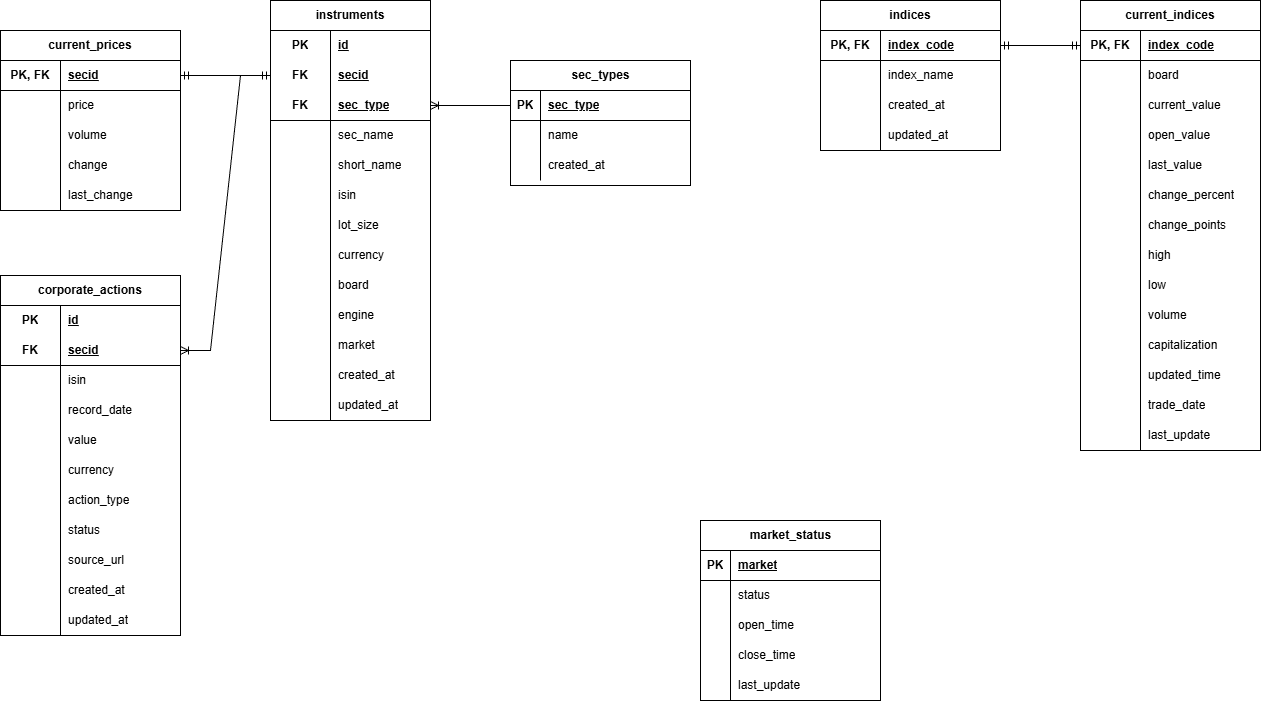
AntonDubrovin/HSE_MOEX_Diplom keeps this draw.io diagram as docs/db/OLTP.drawio.png. Above is the earlier version. Source tidied: cells renumbered, new cells last; positions are measured from the earlier drawing's top-left corner, leaving out a move shared by most shapes.
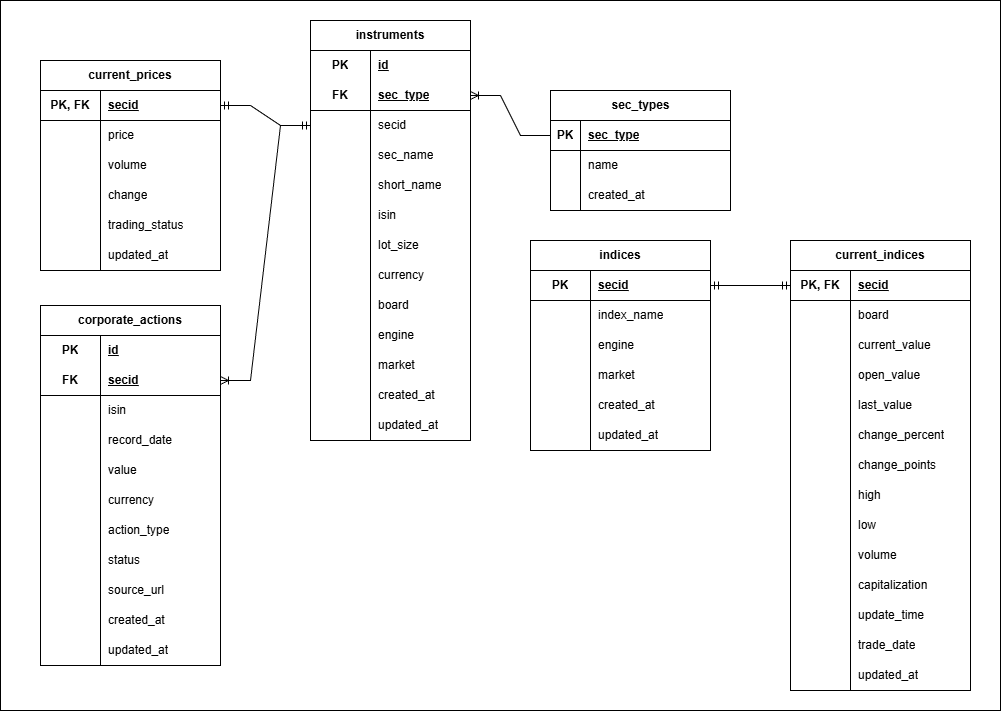
The same diagram one commit later.

What changed in the source:
```diff
@@ -4,4 +4,7 @@
     <mxCell id="1" parent="0" />
+    <mxCell id="178" style="rounded=0;whiteSpace=wrap;html=1;" parent="1" vertex="1">
+      <mxGeometry x="-40" y="-30" width="1000" height="710" as="geometry" />
+    </mxCell>
     <mxCell id="2" value="sec_types" style="shape=table;startSize=30;rowLines=0;fontStyle=1;align=center;html=1;" parent="1" vertex="1">
-      <mxGeometry x="510" y="60" width="180" height="125" as="geometry" />
+      <mxGeometry x="510" y="60" width="180" height="120" as="geometry" />
     </mxCell>
@@ -25,9 +28,9 @@
     </mxCell>
-    <mxCell id="9" style="shape=tableRow;horizontal=0;startSize=0;swimlaneHead=0;swimlaneBody=0;fillColor=none;top=0;left=0;right=0;bottom=0;" parent="2" vertex="1">
-      <mxGeometry y="90" width="180" height="30" as="geometry" />
-    </mxCell>
-    <mxCell id="10" style="shape=partialRectangle;fillColor=none;top=0;left=0;bottom=0;right=0;overflow=hidden;whiteSpace=wrap;html=1;" parent="9" vertex="1">
-      <mxGeometry width="30" height="30" as="geometry" />
-    </mxCell>
+    <mxCell id="179" style="shape=tableRow;horizontal=0;startSize=0;swimlaneHead=0;swimlaneBody=0;fillColor=none;top=0;left=0;right=0;bottom=0;" parent="2" vertex="1">
+      <mxGeometry y="90" width="180" height="30" as="geometry" />
+    </mxCell>
+    <mxCell id="180" style="shape=partialRectangle;fillColor=none;top=0;left=0;bottom=0;right=0;overflow=hidden;whiteSpace=wrap;html=1;" parent="179" vertex="1">
+      <mxGeometry width="30" height="30" as="geometry" />
+    </mxCell>
-    <mxCell id="11" value="created_at" style="shape=partialRectangle;fillColor=none;top=0;left=0;bottom=0;right=0;align=left;spacingLeft=6;overflow=hidden;whiteSpace=wrap;html=1;" parent="9" vertex="1">
+    <mxCell id="11" value="created_at" style="shape=partialRectangle;fillColor=none;top=0;left=0;bottom=0;right=0;align=left;spacingLeft=6;overflow=hidden;whiteSpace=wrap;html=1;" parent="179" vertex="1">
       <mxGeometry x="30" width="150" height="30" as="geometry" />
@@ -35,3 +38,3 @@
     <mxCell id="12" value="instruments" style="shape=table;startSize=30;rowLines=0;fontStyle=1;align=center;html=1;whiteSpace=wrap;" parent="1" vertex="1">
-      <mxGeometry x="270" width="160" height="420" as="geometry" />
+      <mxGeometry x="270" y="-10" width="160" height="420" as="geometry" />
     </mxCell>
@@ -46,13 +49,4 @@
     </mxCell>
-    <mxCell id="16" style="shape=tableRow;horizontal=0;startSize=0;swimlaneHead=0;swimlaneBody=0;fillColor=none;points=[[0,0.5],[1,0.5]];portConstraint=eastwest;top=0;left=0;right=0;bottom=0;html=1;" parent="12" vertex="1">
-      <mxGeometry y="60" width="160" height="30" as="geometry" />
-    </mxCell>
-    <mxCell id="17" value="FK" style="shape=partialRectangle;fillColor=none;top=0;left=0;bottom=0;right=0;fontStyle=1;overflow=hidden;html=1;whiteSpace=wrap;" parent="16" vertex="1">
-      <mxGeometry width="60" height="30" as="geometry" />
-    </mxCell>
-    <mxCell id="18" value="secid" style="shape=partialRectangle;fillColor=none;top=0;left=0;bottom=0;right=0;align=left;spacingLeft=6;fontStyle=5;overflow=hidden;html=1;whiteSpace=wrap;" parent="16" vertex="1">
-      <mxGeometry x="60" width="100" height="30" as="geometry" />
-    </mxCell>
     <mxCell id="19" style="shape=tableRow;horizontal=0;startSize=0;swimlaneHead=0;swimlaneBody=0;fillColor=none;points=[[0,0.5],[1,0.5]];portConstraint=eastwest;top=0;left=0;right=0;bottom=1;html=1;" parent="12" vertex="1">
-      <mxGeometry y="90" width="160" height="30" as="geometry" />
+      <mxGeometry y="60" width="160" height="30" as="geometry" />
     </mxCell>
@@ -64,2 +58,11 @@
     </mxCell>
+    <mxCell id="181" style="shape=tableRow;horizontal=0;startSize=0;swimlaneHead=0;swimlaneBody=0;fillColor=none;points=[[0,0.5],[1,0.5]];portConstraint=eastwest;top=0;left=0;right=0;bottom=0;html=1;" parent="12" vertex="1">
+      <mxGeometry y="90" width="160" height="30" as="geometry" />
+    </mxCell>
+    <mxCell id="182" style="shape=partialRectangle;fillColor=none;top=0;left=0;bottom=0;right=0;overflow=hidden;html=1;whiteSpace=wrap;" parent="181" vertex="1">
+      <mxGeometry width="60" height="30" as="geometry" />
+    </mxCell>
+    <mxCell id="18" value="secid" style="shape=partialRectangle;fillColor=none;top=0;left=0;bottom=0;right=0;align=left;spacingLeft=6;overflow=hidden;html=1;whiteSpace=wrap;" parent="181" vertex="1">
+      <mxGeometry x="60" width="100" height="30" as="geometry" />
+    </mxCell>
     <mxCell id="22" style="shape=tableRow;horizontal=0;startSize=0;swimlaneHead=0;swimlaneBody=0;fillColor=none;top=0;left=0;right=0;bottom=0;html=1;" parent="12" vertex="1">
@@ -158,3 +161,3 @@
     <mxCell id="53" value="current_prices" style="shape=table;startSize=30;rowLines=0;fontStyle=1;align=center;html=1;whiteSpace=wrap;" parent="1" vertex="1">
-      <mxGeometry y="30" width="180" height="180" as="geometry" />
+      <mxGeometry y="30" width="180" height="210" as="geometry" />
     </mxCell>
@@ -202,6 +205,15 @@
     </mxCell>
-    <mxCell id="68" value="last_change" style="shape=partialRectangle;fillColor=none;top=0;left=0;bottom=0;right=0;align=left;spacingLeft=6;overflow=hidden;html=1;whiteSpace=wrap;" parent="66" vertex="1">
+    <mxCell id="68" value="trading_status" style="shape=partialRectangle;fillColor=none;top=0;left=0;bottom=0;right=0;align=left;spacingLeft=6;overflow=hidden;html=1;whiteSpace=wrap;" parent="66" vertex="1">
       <mxGeometry x="60" width="120" height="30" as="geometry" />
     </mxCell>
+    <mxCell id="183" style="shape=tableRow;horizontal=0;startSize=0;swimlaneHead=0;swimlaneBody=0;fillColor=none;top=0;left=0;right=0;bottom=0;html=1;" parent="53" vertex="1">
+      <mxGeometry y="180" width="180" height="30" as="geometry" />
+    </mxCell>
+    <mxCell id="184" style="shape=partialRectangle;fillColor=none;top=0;left=0;bottom=0;right=0;overflow=hidden;html=1;whiteSpace=wrap;" parent="183" vertex="1">
+      <mxGeometry width="60" height="30" as="geometry" />
+    </mxCell>
+    <mxCell id="185" value="updated_at" style="shape=partialRectangle;fillColor=none;top=0;left=0;bottom=0;right=0;align=left;spacingLeft=6;overflow=hidden;html=1;whiteSpace=wrap;" parent="183" vertex="1">
+      <mxGeometry x="60" width="120" height="30" as="geometry" />
+    </mxCell>
-    <mxCell id="69" style="edgeStyle=entityRelationEdgeStyle;fontSize=12;html=1;endArrow=ERmandOne;startArrow=ERmandOne;rounded=0;exitX=1;exitY=0.5;exitDx=0;exitDy=0;entryX=0;entryY=0.5;entryDx=0;entryDy=0;" parent="1" edge="1" source="54" target="16">
+    <mxCell id="69" style="edgeStyle=entityRelationEdgeStyle;fontSize=12;html=1;endArrow=ERmandOne;startArrow=ERmandOne;rounded=0;exitX=1;exitY=0.5;exitDx=0;exitDy=0;entryX=0;entryY=0.5;entryDx=0;entryDy=0;" parent="1" edge="1" source="54" target="181">
       <mxGeometry relative="1" as="geometry" />
@@ -310,3 +322,3 @@
     </mxCell>
-    <mxCell id="104" style="edgeStyle=entityRelationEdgeStyle;fontSize=12;html=1;endArrow=ERoneToMany;rounded=0;exitX=0;exitY=0.5;exitDx=0;exitDy=0;entryX=1;entryY=0.5;entryDx=0;entryDy=0;" parent="1" edge="1" source="16" target="74">
+    <mxCell id="104" style="edgeStyle=entityRelationEdgeStyle;fontSize=12;html=1;endArrow=ERoneToMany;rounded=0;exitX=0;exitY=0.5;exitDx=0;exitDy=0;entryX=1;entryY=0.5;entryDx=0;entryDy=0;" parent="1" edge="1" source="181" target="74">
       <mxGeometry relative="1" as="geometry" />
@@ -314,3 +326,3 @@
     <mxCell id="105" value="indices" style="shape=table;startSize=30;rowLines=0;fontStyle=1;align=center;html=1;whiteSpace=wrap;" parent="1" vertex="1">
-      <mxGeometry x="820" width="180" height="150" as="geometry" />
+      <mxGeometry x="490" y="210" width="180" height="210" as="geometry" />
     </mxCell>
@@ -319,6 +331,6 @@
     </mxCell>
-    <mxCell id="107" value="PK, FK" style="shape=partialRectangle;fillColor=none;top=0;left=0;bottom=0;right=0;fontStyle=1;overflow=hidden;html=1;whiteSpace=wrap;" parent="106" vertex="1">
+    <mxCell id="107" value="PK" style="shape=partialRectangle;fillColor=none;top=0;left=0;bottom=0;right=0;fontStyle=1;overflow=hidden;html=1;whiteSpace=wrap;" parent="106" vertex="1">
       <mxGeometry width="60" height="30" as="geometry" />
     </mxCell>
-    <mxCell id="108" value="index_code" style="shape=partialRectangle;fillColor=none;top=0;left=0;bottom=0;right=0;align=left;spacingLeft=6;fontStyle=5;overflow=hidden;html=1;whiteSpace=wrap;" parent="106" vertex="1">
+    <mxCell id="108" value="secid" style="shape=partialRectangle;fillColor=none;top=0;left=0;bottom=0;right=0;align=left;spacingLeft=6;fontStyle=5;overflow=hidden;html=1;whiteSpace=wrap;" parent="106" vertex="1">
       <mxGeometry x="60" width="120" height="30" as="geometry" />
@@ -340,3 +352,3 @@
     </mxCell>
-    <mxCell id="114" value="created_at" style="shape=partialRectangle;fillColor=none;top=0;left=0;bottom=0;right=0;align=left;spacingLeft=6;overflow=hidden;html=1;whiteSpace=wrap;" parent="112" vertex="1">
+    <mxCell id="114" value="engine" style="shape=partialRectangle;fillColor=none;top=0;left=0;bottom=0;right=0;align=left;spacingLeft=6;overflow=hidden;html=1;whiteSpace=wrap;" parent="112" vertex="1">
       <mxGeometry x="60" width="120" height="30" as="geometry" />
@@ -349,7 +361,25 @@
     </mxCell>
-    <mxCell id="117" value="updated_at" style="shape=partialRectangle;fillColor=none;top=0;left=0;bottom=0;right=0;align=left;spacingLeft=6;overflow=hidden;html=1;whiteSpace=wrap;" parent="115" vertex="1">
+    <mxCell id="117" value="market" style="shape=partialRectangle;fillColor=none;top=0;left=0;bottom=0;right=0;align=left;spacingLeft=6;overflow=hidden;html=1;whiteSpace=wrap;" parent="115" vertex="1">
       <mxGeometry x="60" width="120" height="30" as="geometry" />
     </mxCell>
+    <mxCell id="186" style="shape=tableRow;horizontal=0;startSize=0;swimlaneHead=0;swimlaneBody=0;fillColor=none;top=0;left=0;right=0;bottom=0;html=1;" parent="105" vertex="1">
+      <mxGeometry y="150" width="180" height="30" as="geometry" />
+    </mxCell>
+    <mxCell id="187" style="shape=partialRectangle;fillColor=none;top=0;left=0;bottom=0;right=0;overflow=hidden;html=1;whiteSpace=wrap;" parent="186" vertex="1">
+      <mxGeometry width="60" height="30" as="geometry" />
+    </mxCell>
+    <mxCell id="188" value="created_at" style="shape=partialRectangle;fillColor=none;top=0;left=0;bottom=0;right=0;align=left;spacingLeft=6;overflow=hidden;html=1;whiteSpace=wrap;" parent="186" vertex="1">
+      <mxGeometry x="60" width="120" height="30" as="geometry" />
+    </mxCell>
+    <mxCell id="189" style="shape=tableRow;horizontal=0;startSize=0;swimlaneHead=0;swimlaneBody=0;fillColor=none;top=0;left=0;right=0;bottom=0;html=1;" parent="105" vertex="1">
+      <mxGeometry y="180" width="180" height="30" as="geometry" />
+    </mxCell>
+    <mxCell id="190" style="shape=partialRectangle;fillColor=none;top=0;left=0;bottom=0;right=0;overflow=hidden;html=1;whiteSpace=wrap;" parent="189" vertex="1">
+      <mxGeometry width="60" height="30" as="geometry" />
+    </mxCell>
+    <mxCell id="191" value="updated_at" style="shape=partialRectangle;fillColor=none;top=0;left=0;bottom=0;right=0;align=left;spacingLeft=6;overflow=hidden;html=1;whiteSpace=wrap;" parent="189" vertex="1">
+      <mxGeometry x="60" width="120" height="30" as="geometry" />
+    </mxCell>
     <mxCell id="118" value="current_indices" style="shape=table;startSize=30;rowLines=0;fontStyle=1;align=center;html=1;whiteSpace=wrap;" parent="1" vertex="1">
-      <mxGeometry x="1080" width="180" height="450" as="geometry" />
+      <mxGeometry x="750" y="210" width="180" height="450" as="geometry" />
     </mxCell>
@@ -361,3 +391,3 @@
     </mxCell>
-    <mxCell id="121" value="index_code" style="shape=partialRectangle;fillColor=none;top=0;left=0;bottom=0;right=0;align=left;spacingLeft=6;fontStyle=5;overflow=hidden;html=1;whiteSpace=wrap;" parent="119" vertex="1">
+    <mxCell id="121" value="secid" style="shape=partialRectangle;fillColor=none;top=0;left=0;bottom=0;right=0;align=left;spacingLeft=6;fontStyle=5;overflow=hidden;html=1;whiteSpace=wrap;" parent="119" vertex="1">
       <mxGeometry x="60" width="120" height="30" as="geometry" />
@@ -460,3 +490,3 @@
     </mxCell>
-    <mxCell id="154" value="updated_time" style="shape=partialRectangle;fillColor=none;top=0;left=0;bottom=0;right=0;align=left;spacingLeft=6;overflow=hidden;html=1;whiteSpace=wrap;" parent="152" vertex="1">
+    <mxCell id="154" value="update_time" style="shape=partialRectangle;fillColor=none;top=0;left=0;bottom=0;right=0;align=left;spacingLeft=6;overflow=hidden;html=1;whiteSpace=wrap;" parent="152" vertex="1">
       <mxGeometry x="60" width="120" height="30" as="geometry" />
@@ -478,3 +508,3 @@
     </mxCell>
-    <mxCell id="160" value="last_update" style="shape=partialRectangle;fillColor=none;top=0;left=0;bottom=0;right=0;align=left;spacingLeft=6;overflow=hidden;html=1;whiteSpace=wrap;" parent="158" vertex="1">
+    <mxCell id="160" value="updated_at" style="shape=partialRectangle;fillColor=none;top=0;left=0;bottom=0;right=0;align=left;spacingLeft=6;overflow=hidden;html=1;whiteSpace=wrap;" parent="158" vertex="1">
       <mxGeometry x="60" width="120" height="30" as="geometry" />
@@ -484,50 +514,2 @@
     </mxCell>
-    <mxCell id="162" value="market_status" style="shape=table;startSize=30;rowLines=0;fontStyle=1;align=center;html=1;" parent="1" vertex="1">
-      <mxGeometry x="700" y="520" width="180" height="180" as="geometry" />
-    </mxCell>
-    <mxCell id="163" style="shape=tableRow;horizontal=0;startSize=0;swimlaneHead=0;swimlaneBody=0;fillColor=none;top=0;left=0;right=0;bottom=1;" parent="162" vertex="1">
-      <mxGeometry y="30" width="180" height="30" as="geometry" />
-    </mxCell>
-    <mxCell id="164" value="PK" style="shape=partialRectangle;fillColor=none;top=0;left=0;bottom=0;right=0;fontStyle=1;overflow=hidden;whiteSpace=wrap;html=1;" parent="163" vertex="1">
-      <mxGeometry width="30" height="30" as="geometry" />
-    </mxCell>
-    <mxCell id="165" value="market" style="shape=partialRectangle;fillColor=none;top=0;left=0;bottom=0;right=0;align=left;spacingLeft=6;fontStyle=5;overflow=hidden;whiteSpace=wrap;html=1;" parent="163" vertex="1">
-      <mxGeometry x="30" width="150" height="30" as="geometry" />
-    </mxCell>
-    <mxCell id="166" style="shape=tableRow;horizontal=0;startSize=0;swimlaneHead=0;swimlaneBody=0;fillColor=none;top=0;left=0;right=0;bottom=0;" parent="162" vertex="1">
-      <mxGeometry y="60" width="180" height="30" as="geometry" />
-    </mxCell>
-    <mxCell id="167" style="shape=partialRectangle;fillColor=none;top=0;left=0;bottom=0;right=0;overflow=hidden;whiteSpace=wrap;html=1;" parent="166" vertex="1">
-      <mxGeometry width="30" height="30" as="geometry" />
-    </mxCell>
-    <mxCell id="168" value="status" style="shape=partialRectangle;fillColor=none;top=0;left=0;bottom=0;right=0;align=left;spacingLeft=6;overflow=hidden;whiteSpace=wrap;html=1;" parent="166" vertex="1">
-      <mxGeometry x="30" width="150" height="30" as="geometry" />
-    </mxCell>
-    <mxCell id="169" style="shape=tableRow;horizontal=0;startSize=0;swimlaneHead=0;swimlaneBody=0;fillColor=none;top=0;left=0;right=0;bottom=0;" parent="162" vertex="1">
-      <mxGeometry y="90" width="180" height="30" as="geometry" />
-    </mxCell>
-    <mxCell id="170" style="shape=partialRectangle;fillColor=none;top=0;left=0;bottom=0;right=0;overflow=hidden;whiteSpace=wrap;html=1;" parent="169" vertex="1">
-      <mxGeometry width="30" height="30" as="geometry" />
-    </mxCell>
-    <mxCell id="171" value="open_time" style="shape=partialRectangle;fillColor=none;top=0;left=0;bottom=0;right=0;align=left;spacingLeft=6;overflow=hidden;whiteSpace=wrap;html=1;" parent="169" vertex="1">
-      <mxGeometry x="30" width="150" height="30" as="geometry" />
-    </mxCell>
-    <mxCell id="172" style="shape=tableRow;horizontal=0;startSize=0;swimlaneHead=0;swimlaneBody=0;fillColor=none;top=0;left=0;right=0;bottom=0;" parent="162" vertex="1">
-      <mxGeometry y="120" width="180" height="30" as="geometry" />
-    </mxCell>
-    <mxCell id="173" style="shape=partialRectangle;fillColor=none;top=0;left=0;bottom=0;right=0;overflow=hidden;whiteSpace=wrap;html=1;" parent="172" vertex="1">
-      <mxGeometry width="30" height="30" as="geometry" />
-    </mxCell>
-    <mxCell id="174" value="close_time" style="shape=partialRectangle;fillColor=none;top=0;left=0;bottom=0;right=0;align=left;spacingLeft=6;overflow=hidden;whiteSpace=wrap;html=1;" parent="172" vertex="1">
-      <mxGeometry x="30" width="150" height="30" as="geometry" />
-    </mxCell>
-    <mxCell id="175" style="shape=tableRow;horizontal=0;startSize=0;swimlaneHead=0;swimlaneBody=0;fillColor=none;top=0;left=0;right=0;bottom=0;" parent="162" vertex="1">
-      <mxGeometry y="150" width="180" height="30" as="geometry" />
-    </mxCell>
-    <mxCell id="176" style="shape=partialRectangle;fillColor=none;top=0;left=0;bottom=0;right=0;overflow=hidden;whiteSpace=wrap;html=1;" parent="175" vertex="1">
-      <mxGeometry width="30" height="30" as="geometry" />
-    </mxCell>
-    <mxCell id="177" value="last_update" style="shape=partialRectangle;fillColor=none;top=0;left=0;bottom=0;right=0;align=left;spacingLeft=6;overflow=hidden;whiteSpace=wrap;html=1;" parent="175" vertex="1">
-      <mxGeometry x="30" width="150" height="30" as="geometry" />
-    </mxCell>
   </root>
```
